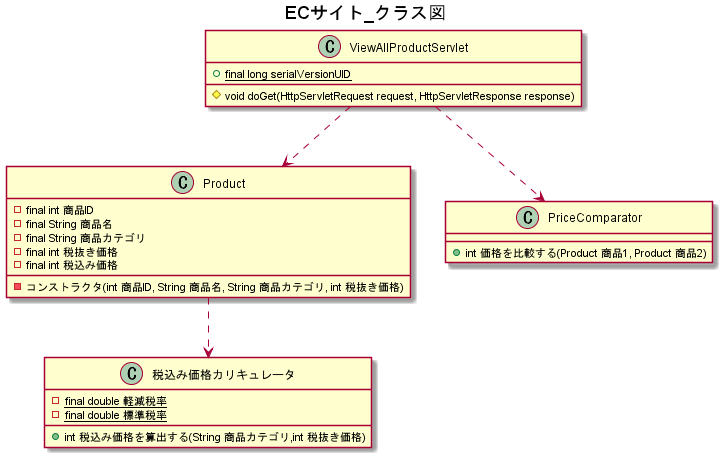
Above: UML/ECサイト_クラス図.png in wnakayama/ojt_ecsite (PlantUML), before the change.
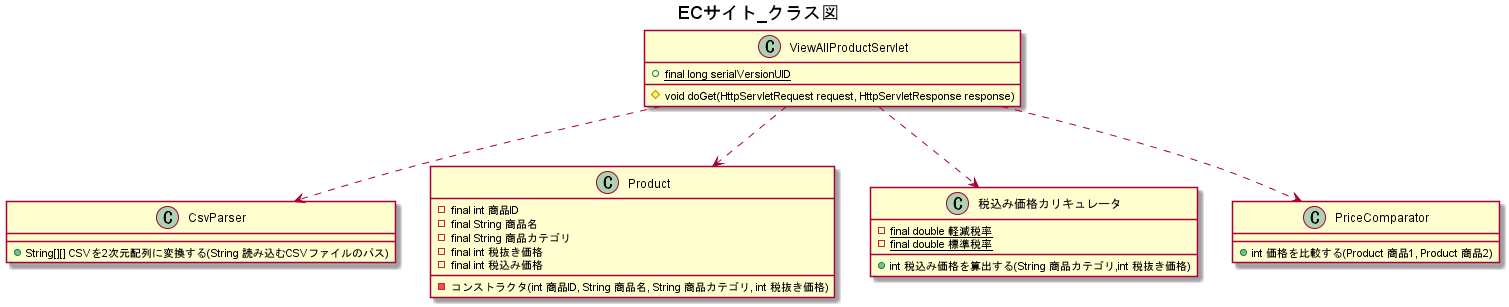
The same diagram one commit later.

Commit message:
クラス設計,シーケンス図のメッセージ,note部分の記述を修正

What changed in the source:
```diff
@@ -6,6 +6,12 @@
 
     #void doGet(HttpServletRequest request, HttpServletResponse response)
 }
+
+ViewAllProductServlet ..> CsvParser
+class CsvParser {
+    +String[][] CSVを2次元配列に変換する(String 読み込むCSVファイルのパス)
+}
+
 
 ViewAllProductServlet ..> Product
 class Product {
@@ -18,7 +24,7 @@
     -コンストラクタ(int 商品ID, String 商品名, String 商品カテゴリ, int 税抜き価格)
 }
 
-Product ..> 税込み価格カリキュレータ
+ViewAllProductServlet ..> 税込み価格カリキュレータ
 class 税込み価格カリキュレータ {
     -{static}final double 軽減税率
     -{static}final double 標準税率
```
